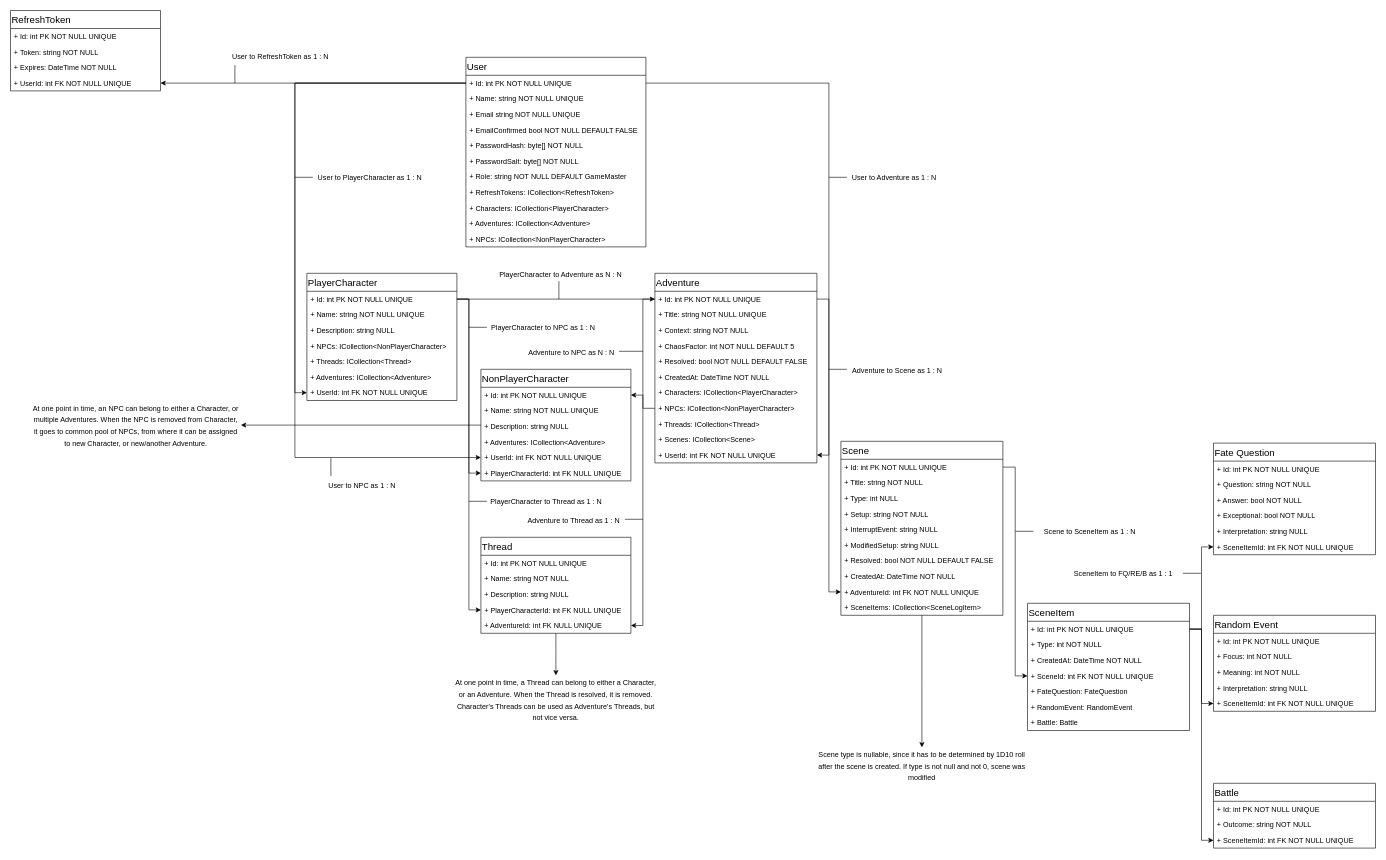
Earlier version of the draw.io diagram page "Data Structure" (3 of 3) of docs/UI Flow and Data Structure.drawio (StanisKo/MGME). Source tidied: cells renumbered, new cells numbered last; positions are measured from the earlier drawing's top-left corner, leaving out a move shared by most shapes. Both pictures are drawn from the tidied source at 60%, with x=0, y=0 at pixel (10, 10).
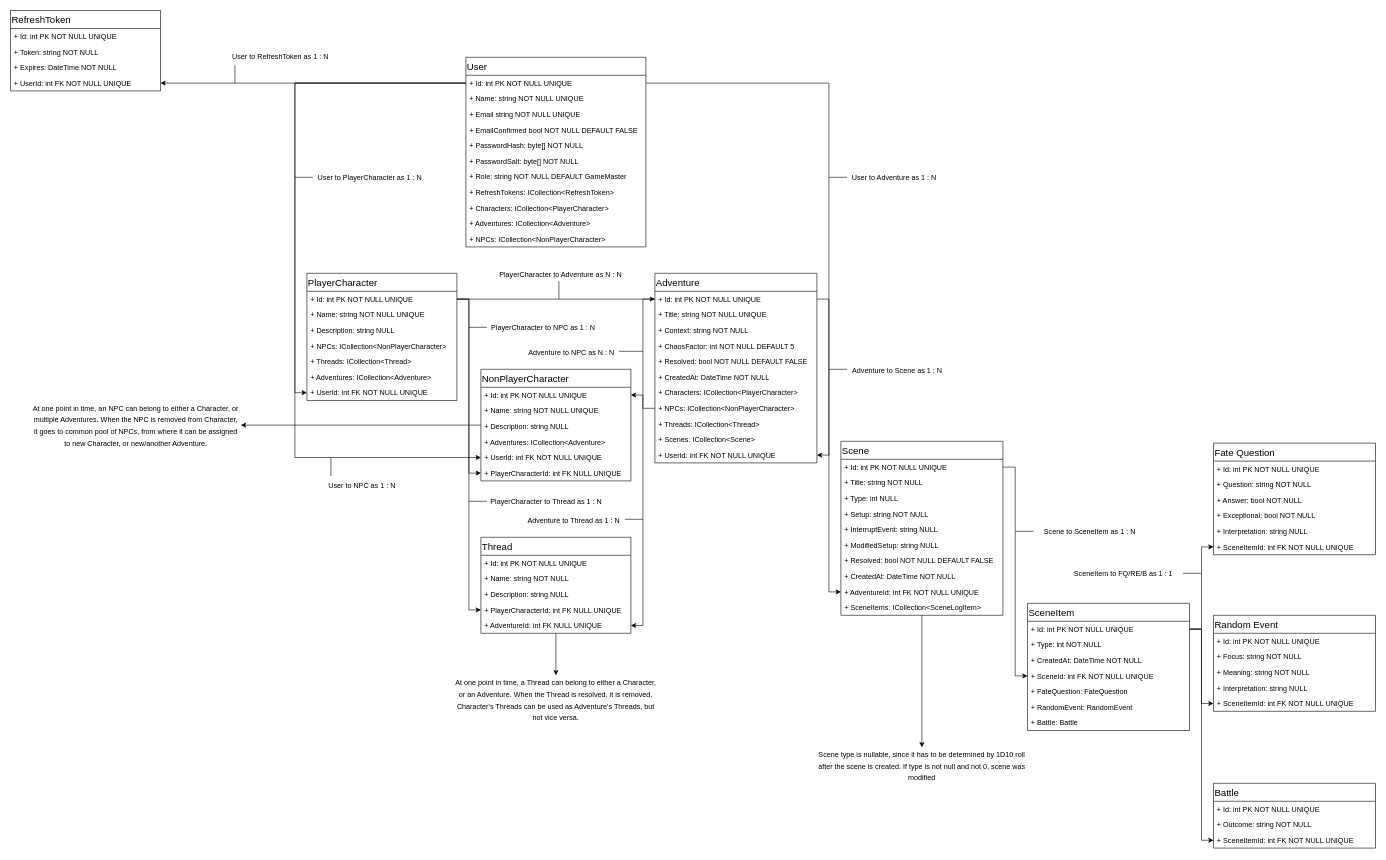
Above is the later version.

Commit message (it also covers changes not shown here):
introduce changes to data structure as was discovered during working on flow

Unchanged cells that the change refers to:
```xml
<mxCell id="87" value="Random Event" style="swimlane;fontStyle=0;align=left;verticalAlign=top;horizontal=1;startSize=30;rounded=0;strokeColor=#000000;strokeWidth=1;fillColor=none;fontSize=16;fontColor=#000000;" parent="1" vertex="1">
  <mxGeometry x="2005" y="1008" width="270" height="160" as="geometry" />
</mxCell>
```

What changed in the source:
```diff
@@
-    <mxCell id="89" value="+ Focus: int NOT NULL" style="text;strokeColor=none;fillColor=none;align=left;verticalAlign=top;spacingLeft=4;spacingRight=4;overflow=hidden;" parent="87" vertex="1">
+    <mxCell id="89" value="+ Focus: string NOT NULL" style="text;strokeColor=none;fillColor=none;align=left;verticalAlign=top;spacingLeft=4;spacingRight=4;overflow=hidden;" parent="87" vertex="1">
       <mxGeometry y="56" width="270" height="26" as="geometry" />
     </mxCell>
-    <mxCell id="90" value="+ Meaning: int NOT NULL" style="text;strokeColor=none;fillColor=none;align=left;verticalAlign=top;spacingLeft=4;spacingRight=4;overflow=hidden;" parent="87" vertex="1">
+    <mxCell id="90" value="+ Meaning: string NOT NULL" style="text;strokeColor=none;fillColor=none;align=left;verticalAlign=top;spacingLeft=4;spacingRight=4;overflow=hidden;" parent="87" vertex="1">
       <mxGeometry y="82" width="270" height="26" as="geometry" />
     </mxCell>
```
